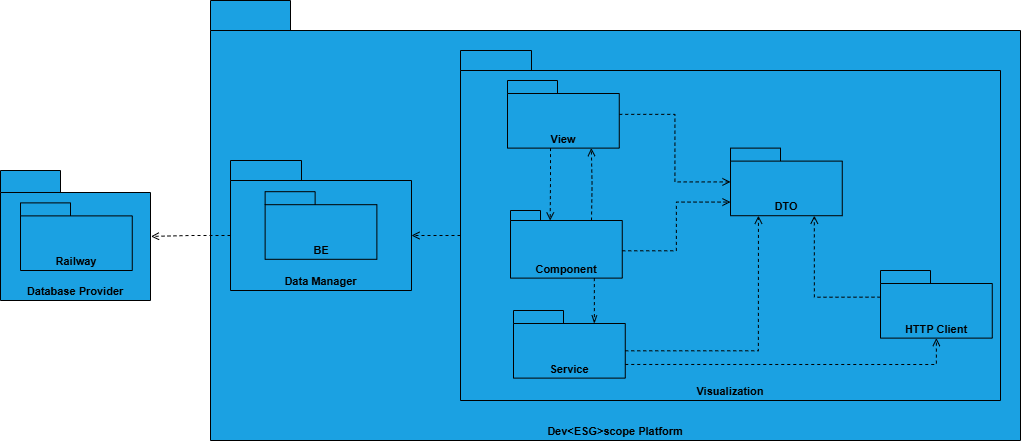
matilde-varela/ISEP-PESTI-Report-2025 keeps this draw.io diagram as frontmatter/assets/diagrams/Development View/Implementation Lv3.drawio.png. Above is the earlier version. Source tidied: cells renumbered, new cells last; positions are measured from the earlier drawing's top-left corner, leaving out a move shared by most shapes. Source of this version:
```xml
<mxGraphModel>
  <root>
    <mxCell id="0" />
    <mxCell id="1" parent="0" />
    <mxCell id="2" value="Dev&amp;lt;ESG&amp;gt;scope Platform" style="shape=folder;fontStyle=1;tabWidth=80;tabHeight=30;tabPosition=left;html=1;boundedLbl=1;whiteSpace=wrap;strokeColor=light-dark(#000000, #51afe7);align=center;verticalAlign=bottom;fontFamily=Helvetica;fontSize=11;fontColor=light-dark(#000000, #121212);fillColor=#1ba1e2;" parent="1" vertex="1">
      <mxGeometry x="210" width="810" height="440" as="geometry" />
    </mxCell>
    <mxCell id="3" value="Database Provider" style="shape=folder;fontStyle=1;tabWidth=60;tabHeight=22;tabPosition=left;html=1;boundedLbl=1;whiteSpace=wrap;strokeColor=light-dark(#000000, #51afe7);align=center;verticalAlign=bottom;fontFamily=Helvetica;fontSize=11;fontColor=#000000;fillColor=#1ba1e2;" parent="1" vertex="1">
      <mxGeometry y="170" width="150" height="130" as="geometry" />
    </mxCell>
    <mxCell id="4" value="&lt;b&gt;Visualization&lt;/b&gt;" style="shape=folder;fontStyle=0;tabWidth=71;tabHeight=20;tabPosition=left;html=1;boundedLbl=1;whiteSpace=wrap;strokeColor=light-dark(#000000, #51afe7);align=center;verticalAlign=bottom;fontFamily=Helvetica;fontSize=11;fontColor=light-dark(#000000, #121212);fillColor=#1ba1e2;" parent="1" vertex="1">
      <mxGeometry x="460" y="50" width="540" height="350" as="geometry" />
    </mxCell>
    <mxCell id="5" style="edgeStyle=orthogonalEdgeStyle;rounded=0;jettySize=auto;html=1;fontFamily=Helvetica;fontSize=11;fontColor=default;fontStyle=0;dashed=1;endArrow=open;endFill=0;" parent="1" edge="1" source="6" target="9">
      <mxGeometry relative="1" as="geometry" />
    </mxCell>
    <mxCell id="6" value="View" style="shape=folder;fontStyle=1;tabWidth=50;tabHeight=13;tabPosition=left;html=1;boundedLbl=1;whiteSpace=wrap;strokeColor=light-dark(#000000, #51afe7);align=center;verticalAlign=bottom;fontFamily=Helvetica;fontSize=11;fontColor=light-dark(#000000, #121212);fillColor=#1ba1e2;" parent="1" vertex="1">
      <mxGeometry x="507" y="80" width="111.8" height="67.6" as="geometry" />
    </mxCell>
    <mxCell id="7" value="Component" style="shape=folder;fontStyle=1;tabWidth=30;tabHeight=10;tabPosition=left;html=1;boundedLbl=1;whiteSpace=wrap;strokeColor=light-dark(#000000, #51afe7);align=center;verticalAlign=bottom;fontFamily=Helvetica;fontSize=11;fontColor=light-dark(#000000, #121212);fillColor=#1ba1e2;" parent="1" vertex="1">
      <mxGeometry x="510" y="210" width="111.8" height="67.6" as="geometry" />
    </mxCell>
    <mxCell id="8" value="Service" style="shape=folder;fontStyle=1;tabWidth=50;tabHeight=13;tabPosition=left;html=1;boundedLbl=1;whiteSpace=wrap;strokeColor=light-dark(#000000, #51afe7);align=center;verticalAlign=bottom;fontFamily=Helvetica;fontSize=11;fontColor=light-dark(#000000, #121212);fillColor=#1ba1e2;" parent="1" vertex="1">
      <mxGeometry x="513" y="310" width="111.8" height="67.6" as="geometry" />
    </mxCell>
    <mxCell id="9" value="DTO" style="shape=folder;fontStyle=1;tabWidth=50;tabHeight=13;tabPosition=left;html=1;boundedLbl=1;whiteSpace=wrap;strokeColor=light-dark(#000000, #51afe7);align=center;verticalAlign=bottom;fontFamily=Helvetica;fontSize=11;fontColor=light-dark(#000000, #121212);fillColor=#1ba1e2;" parent="1" vertex="1">
      <mxGeometry x="730" y="147.6" width="111.8" height="67.6" as="geometry" />
    </mxCell>
    <mxCell id="10" value="HTTP Client" style="shape=folder;fontStyle=1;tabWidth=50;tabHeight=13;tabPosition=left;html=1;boundedLbl=1;whiteSpace=wrap;strokeColor=light-dark(#000000, #51afe7);align=center;verticalAlign=bottom;fontFamily=Helvetica;fontSize=11;fontColor=light-dark(#000000, #121212);fillColor=#1ba1e2;" parent="1" vertex="1">
      <mxGeometry x="880" y="270" width="111.8" height="67.6" as="geometry" />
    </mxCell>
    <mxCell id="11" style="edgeStyle=orthogonalEdgeStyle;rounded=0;jettySize=auto;html=1;exitX=0;exitY=0;exitDx=111.76;exitDy=40.305;exitPerimeter=0;entryX=0;entryY=0;entryDx=0;entryDy=53.957499999999996;entryPerimeter=0;fontFamily=Helvetica;fontSize=11;fontColor=default;fontStyle=0;dashed=1;endArrow=open;endFill=0;" parent="1" edge="1" source="7" target="9">
      <mxGeometry relative="1" as="geometry" />
    </mxCell>
    <mxCell id="12" style="edgeStyle=orthogonalEdgeStyle;rounded=0;jettySize=auto;html=1;entryX=0.355;entryY=0.148;entryDx=0;entryDy=0;entryPerimeter=0;fontFamily=Helvetica;fontSize=11;fontColor=default;fontStyle=0;dashed=1;endArrow=open;endFill=0;" parent="1" edge="1" source="6" target="7">
      <mxGeometry relative="1" as="geometry">
        <Array as="points">
          <mxPoint x="550" y="179" />
          <mxPoint x="550" y="179" />
        </Array>
      </mxGeometry>
    </mxCell>
    <mxCell id="13" style="edgeStyle=orthogonalEdgeStyle;rounded=0;jettySize=auto;html=1;entryX=0.75;entryY=1;entryDx=0;entryDy=0;entryPerimeter=0;fontFamily=Helvetica;fontSize=11;fontColor=default;fontStyle=0;dashed=1;endArrow=open;endFill=0;" parent="1" edge="1" target="6">
      <mxGeometry relative="1" as="geometry">
        <mxPoint x="591" y="220" as="sourcePoint" />
      </mxGeometry>
    </mxCell>
    <mxCell id="14" style="edgeStyle=orthogonalEdgeStyle;rounded=0;jettySize=auto;html=1;exitX=0;exitY=0;exitDx=111.76;exitDy=40.305;exitPerimeter=0;entryX=0.25;entryY=1;entryDx=0;entryDy=0;entryPerimeter=0;fontFamily=Helvetica;fontSize=11;fontColor=default;fontStyle=0;dashed=1;endArrow=open;endFill=0;" parent="1" edge="1" source="8" target="9">
      <mxGeometry relative="1" as="geometry" />
    </mxCell>
    <mxCell id="15" style="edgeStyle=orthogonalEdgeStyle;rounded=0;jettySize=auto;html=1;exitX=0;exitY=0;exitDx=111.76;exitDy=53.957499999999996;exitPerimeter=0;entryX=0.5;entryY=1;entryDx=0;entryDy=0;entryPerimeter=0;fontFamily=Helvetica;fontSize=11;fontColor=default;fontStyle=0;dashed=1;endArrow=open;endFill=0;" parent="1" edge="1" source="8" target="10">
      <mxGeometry relative="1" as="geometry" />
    </mxCell>
    <mxCell id="16" style="edgeStyle=orthogonalEdgeStyle;rounded=0;jettySize=auto;html=1;exitX=0;exitY=0;exitDx=0;exitDy=26.6525;exitPerimeter=0;entryX=0.75;entryY=1;entryDx=0;entryDy=0;entryPerimeter=0;fontFamily=Helvetica;fontSize=11;fontColor=default;fontStyle=0;dashed=1;endArrow=open;endFill=0;" parent="1" edge="1" source="10" target="9">
      <mxGeometry relative="1" as="geometry" />
    </mxCell>
    <mxCell id="17" style="edgeStyle=orthogonalEdgeStyle;rounded=0;jettySize=auto;html=1;exitX=0.75;exitY=1;exitDx=0;exitDy=0;exitPerimeter=0;entryX=0;entryY=0;entryDx=80.88;entryDy=13;entryPerimeter=0;fontFamily=Helvetica;fontSize=11;fontColor=default;fontStyle=0;dashed=1;endArrow=openThin;endFill=0;" parent="1" edge="1" source="7" target="8">
      <mxGeometry relative="1" as="geometry" />
    </mxCell>
    <mxCell id="18" style="group;" parent="1" vertex="1">
      <mxGeometry x="230" y="160" width="181" height="130" as="geometry" />
    </mxCell>
    <mxCell id="19" value="&lt;b&gt;Data Manager&lt;/b&gt;" style="shape=folder;fontStyle=0;tabWidth=71;tabHeight=20;tabPosition=left;html=1;boundedLbl=1;whiteSpace=wrap;strokeColor=light-dark(#000000, #51afe7);align=center;verticalAlign=bottom;fontFamily=Helvetica;fontSize=11;fontColor=#000000;fillColor=#1ba1e2;" parent="18" vertex="1">
      <mxGeometry width="181" height="130" as="geometry" />
    </mxCell>
    <mxCell id="20" value="BE" style="shape=folder;fontStyle=1;tabWidth=50;tabHeight=13;tabPosition=left;html=1;boundedLbl=1;whiteSpace=wrap;strokeColor=light-dark(#000000, #51afe7);align=center;verticalAlign=bottom;fontFamily=Helvetica;fontSize=11;fontColor=#000000;fillColor=#1ba1e2;" parent="18" vertex="1">
      <mxGeometry x="34.6" y="31.2" width="111.8" height="67.6" as="geometry" />
    </mxCell>
    <mxCell id="21" style="edgeStyle=orthogonalEdgeStyle;rounded=0;jettySize=auto;html=1;exitX=0;exitY=0;exitDx=0;exitDy=185;exitPerimeter=0;entryX=0;entryY=0;entryDx=181;entryDy=75;entryPerimeter=0;fontFamily=Helvetica;fontSize=11;fontColor=default;fontStyle=0;endArrow=open;endFill=0;dashed=1;" parent="1" edge="1" source="4" target="19">
      <mxGeometry relative="1" as="geometry" />
    </mxCell>
    <mxCell id="22" value="Railway" style="shape=folder;fontStyle=1;tabWidth=50;tabHeight=13;tabPosition=left;html=1;boundedLbl=1;whiteSpace=wrap;strokeColor=light-dark(#000000, #51afe7);align=center;verticalAlign=bottom;fontFamily=Helvetica;fontSize=11;fontColor=#000000;fillColor=#1ba1e2;" parent="1" vertex="1">
      <mxGeometry x="20" y="202.4" width="111.8" height="67.6" as="geometry" />
    </mxCell>
    <mxCell id="23" style="edgeStyle=orthogonalEdgeStyle;rounded=0;jettySize=auto;html=1;exitX=0;exitY=0;exitDx=0;exitDy=75;exitPerimeter=0;entryX=1.003;entryY=0.507;entryDx=0;entryDy=0;entryPerimeter=0;fontFamily=Helvetica;fontSize=11;fontColor=default;fontStyle=0;dashed=1;endArrow=open;endFill=0;" parent="1" edge="1" source="19" target="3">
      <mxGeometry relative="1" as="geometry" />
    </mxCell>
  </root>
</mxGraphModel>
```
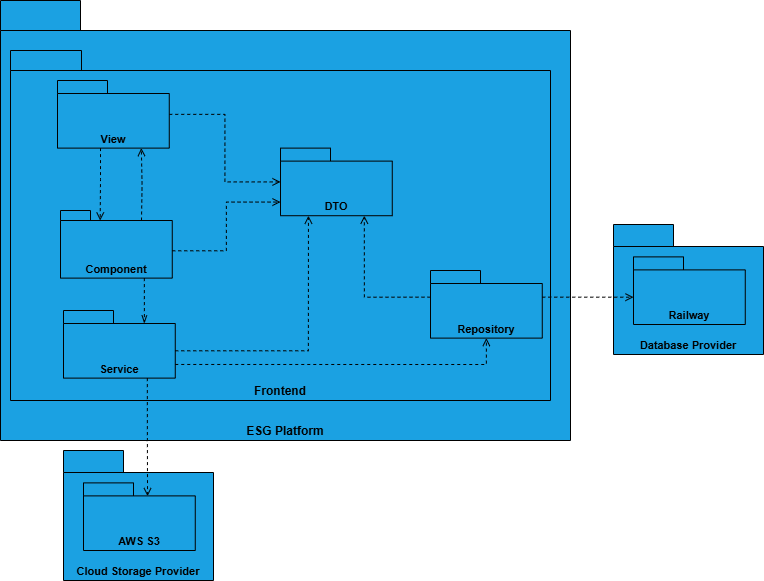
After the change.

The edit, as a diff of the source:
```diff
@@ -2,13 +2,10 @@
   <root>
     <mxCell id="0" />
     <mxCell id="1" parent="0" />
-    <mxCell id="2" value="Dev&amp;lt;ESG&amp;gt;scope Platform" style="shape=folder;fontStyle=1;tabWidth=80;tabHeight=30;tabPosition=left;html=1;boundedLbl=1;whiteSpace=wrap;strokeColor=light-dark(#000000, #51afe7);align=center;verticalAlign=bottom;fontFamily=Helvetica;fontSize=11;fontColor=light-dark(#000000, #121212);fillColor=#1ba1e2;" parent="1" vertex="1">
-      <mxGeometry x="210" width="810" height="440" as="geometry" />
+    <mxCell id="2" value="&lt;b style=&quot;font-size: 12px; text-wrap-mode: nowrap;&quot;&gt;ESG Platform&lt;/b&gt;" style="shape=folder;fontStyle=1;tabWidth=80;tabHeight=30;tabPosition=left;html=1;boundedLbl=1;whiteSpace=wrap;strokeColor=light-dark(#000000, #51afe7);align=center;verticalAlign=bottom;fontFamily=Helvetica;fontSize=11;fontColor=light-dark(#000000, #121212);fillColor=#1ba1e2;" parent="1" vertex="1">
+      <mxGeometry x="450" width="570" height="440" as="geometry" />
     </mxCell>
-    <mxCell id="3" value="Database Provider" style="shape=folder;fontStyle=1;tabWidth=60;tabHeight=22;tabPosition=left;html=1;boundedLbl=1;whiteSpace=wrap;strokeColor=light-dark(#000000, #51afe7);align=center;verticalAlign=bottom;fontFamily=Helvetica;fontSize=11;fontColor=#000000;fillColor=#1ba1e2;" parent="1" vertex="1">
-      <mxGeometry y="170" width="150" height="130" as="geometry" />
-    </mxCell>
-    <mxCell id="4" value="&lt;b&gt;Visualization&lt;/b&gt;" style="shape=folder;fontStyle=0;tabWidth=71;tabHeight=20;tabPosition=left;html=1;boundedLbl=1;whiteSpace=wrap;strokeColor=light-dark(#000000, #51afe7);align=center;verticalAlign=bottom;fontFamily=Helvetica;fontSize=11;fontColor=light-dark(#000000, #121212);fillColor=#1ba1e2;" parent="1" vertex="1">
+    <mxCell id="4" value="&lt;b style=&quot;font-size: 12px;&quot;&gt;Frontend&lt;/b&gt;" style="shape=folder;fontStyle=0;tabWidth=71;tabHeight=20;tabPosition=left;html=1;boundedLbl=1;whiteSpace=wrap;strokeColor=light-dark(#000000, #51afe7);align=center;verticalAlign=bottom;fontFamily=Helvetica;fontSize=11;fontColor=light-dark(#000000, #121212);fillColor=#1ba1e2;" parent="1" vertex="1">
       <mxGeometry x="460" y="50" width="540" height="350" as="geometry" />
     </mxCell>
     <mxCell id="5" style="edgeStyle=orthogonalEdgeStyle;rounded=0;jettySize=auto;html=1;fontFamily=Helvetica;fontSize=11;fontColor=default;fontStyle=0;dashed=1;endArrow=open;endFill=0;" parent="1" edge="1" source="6" target="9">
@@ -26,7 +23,7 @@
     <mxCell id="9" value="DTO" style="shape=folder;fontStyle=1;tabWidth=50;tabHeight=13;tabPosition=left;html=1;boundedLbl=1;whiteSpace=wrap;strokeColor=light-dark(#000000, #51afe7);align=center;verticalAlign=bottom;fontFamily=Helvetica;fontSize=11;fontColor=light-dark(#000000, #121212);fillColor=#1ba1e2;" parent="1" vertex="1">
       <mxGeometry x="730" y="147.6" width="111.8" height="67.6" as="geometry" />
     </mxCell>
-    <mxCell id="10" value="HTTP Client" style="shape=folder;fontStyle=1;tabWidth=50;tabHeight=13;tabPosition=left;html=1;boundedLbl=1;whiteSpace=wrap;strokeColor=light-dark(#000000, #51afe7);align=center;verticalAlign=bottom;fontFamily=Helvetica;fontSize=11;fontColor=light-dark(#000000, #121212);fillColor=#1ba1e2;" parent="1" vertex="1">
+    <mxCell id="10" value="Repository" style="shape=folder;fontStyle=1;tabWidth=50;tabHeight=13;tabPosition=left;html=1;boundedLbl=1;whiteSpace=wrap;strokeColor=light-dark(#000000, #51afe7);align=center;verticalAlign=bottom;fontFamily=Helvetica;fontSize=11;fontColor=light-dark(#000000, #121212);fillColor=#1ba1e2;" parent="1" vertex="1">
       <mxGeometry x="880" y="270" width="111.8" height="67.6" as="geometry" />
     </mxCell>
     <mxCell id="11" style="edgeStyle=orthogonalEdgeStyle;rounded=0;jettySize=auto;html=1;exitX=0;exitY=0;exitDx=111.76;exitDy=40.305;exitPerimeter=0;entryX=0;entryY=0;entryDx=0;entryDy=53.957499999999996;entryPerimeter=0;fontFamily=Helvetica;fontSize=11;fontColor=default;fontStyle=0;dashed=1;endArrow=open;endFill=0;" parent="1" edge="1" source="7" target="9">
@@ -57,23 +54,29 @@
     <mxCell id="17" style="edgeStyle=orthogonalEdgeStyle;rounded=0;jettySize=auto;html=1;exitX=0.75;exitY=1;exitDx=0;exitDy=0;exitPerimeter=0;entryX=0;entryY=0;entryDx=80.88;entryDy=13;entryPerimeter=0;fontFamily=Helvetica;fontSize=11;fontColor=default;fontStyle=0;dashed=1;endArrow=openThin;endFill=0;" parent="1" edge="1" source="7" target="8">
       <mxGeometry relative="1" as="geometry" />
     </mxCell>
-    <mxCell id="18" style="group;" parent="1" vertex="1">
-      <mxGeometry x="230" y="160" width="181" height="130" as="geometry" />
-    </mxCell>
-    <mxCell id="19" value="&lt;b&gt;Data Manager&lt;/b&gt;" style="shape=folder;fontStyle=0;tabWidth=71;tabHeight=20;tabPosition=left;html=1;boundedLbl=1;whiteSpace=wrap;strokeColor=light-dark(#000000, #51afe7);align=center;verticalAlign=bottom;fontFamily=Helvetica;fontSize=11;fontColor=#000000;fillColor=#1ba1e2;" parent="18" vertex="1">
-      <mxGeometry width="181" height="130" as="geometry" />
-    </mxCell>
-    <mxCell id="20" value="BE" style="shape=folder;fontStyle=1;tabWidth=50;tabHeight=13;tabPosition=left;html=1;boundedLbl=1;whiteSpace=wrap;strokeColor=light-dark(#000000, #51afe7);align=center;verticalAlign=bottom;fontFamily=Helvetica;fontSize=11;fontColor=#000000;fillColor=#1ba1e2;" parent="18" vertex="1">
-      <mxGeometry x="34.6" y="31.2" width="111.8" height="67.6" as="geometry" />
-    </mxCell>
-    <mxCell id="21" style="edgeStyle=orthogonalEdgeStyle;rounded=0;jettySize=auto;html=1;exitX=0;exitY=0;exitDx=0;exitDy=185;exitPerimeter=0;entryX=0;entryY=0;entryDx=181;entryDy=75;entryPerimeter=0;fontFamily=Helvetica;fontSize=11;fontColor=default;fontStyle=0;endArrow=open;endFill=0;dashed=1;" parent="1" edge="1" source="4" target="19">
-      <mxGeometry relative="1" as="geometry" />
-    </mxCell>
+    <mxCell id="24" style="group;" parent="1" vertex="1">
+      <mxGeometry x="1063" y="224" width="150" height="130" as="geometry" />
+    </mxCell>
+    <mxCell id="3" value="Database Provider" style="shape=folder;fontStyle=1;tabWidth=60;tabHeight=22;tabPosition=left;html=1;boundedLbl=1;whiteSpace=wrap;strokeColor=light-dark(#000000, #51afe7);align=center;verticalAlign=bottom;fontFamily=Helvetica;fontSize=11;fontColor=#000000;fillColor=#1ba1e2;" parent="24" vertex="1">
+      <mxGeometry width="150" height="130" as="geometry" />
+    </mxCell>
-    <mxCell id="22" value="Railway" style="shape=folder;fontStyle=1;tabWidth=50;tabHeight=13;tabPosition=left;html=1;boundedLbl=1;whiteSpace=wrap;strokeColor=light-dark(#000000, #51afe7);align=center;verticalAlign=bottom;fontFamily=Helvetica;fontSize=11;fontColor=#000000;fillColor=#1ba1e2;" parent="1" vertex="1">
-      <mxGeometry x="20" y="202.4" width="111.8" height="67.6" as="geometry" />
+    <mxCell id="22" value="Railway" style="shape=folder;fontStyle=1;tabWidth=50;tabHeight=13;tabPosition=left;html=1;boundedLbl=1;whiteSpace=wrap;strokeColor=light-dark(#000000, #51afe7);align=center;verticalAlign=bottom;fontFamily=Helvetica;fontSize=11;fontColor=#000000;fillColor=#1ba1e2;" parent="24" vertex="1">
+      <mxGeometry x="20" y="32.4" width="111.8" height="67.6" as="geometry" />
     </mxCell>
-    <mxCell id="23" style="edgeStyle=orthogonalEdgeStyle;rounded=0;jettySize=auto;html=1;exitX=0;exitY=0;exitDx=0;exitDy=75;exitPerimeter=0;entryX=1.003;entryY=0.507;entryDx=0;entryDy=0;entryPerimeter=0;fontFamily=Helvetica;fontSize=11;fontColor=default;fontStyle=0;dashed=1;endArrow=open;endFill=0;" parent="1" edge="1" source="19" target="3">
-      <mxGeometry relative="1" as="geometry" />
-    </mxCell>
+    <mxCell id="25" style="group;" parent="1" vertex="1">
+      <mxGeometry x="513" y="450" width="150" height="130" as="geometry" />
+    </mxCell>
+    <mxCell id="26" value="Cloud Storage Provider" style="shape=folder;fontStyle=1;tabWidth=60;tabHeight=22;tabPosition=left;html=1;boundedLbl=1;whiteSpace=wrap;strokeColor=light-dark(#000000, #51afe7);align=center;verticalAlign=bottom;fontFamily=Helvetica;fontSize=11;fontColor=#000000;fillColor=#1ba1e2;" parent="25" vertex="1">
+      <mxGeometry width="150" height="130" as="geometry" />
+    </mxCell>
+    <mxCell id="27" value="AWS S3" style="shape=folder;fontStyle=1;tabWidth=50;tabHeight=13;tabPosition=left;html=1;boundedLbl=1;whiteSpace=wrap;strokeColor=light-dark(#000000, #51afe7);align=center;verticalAlign=bottom;fontFamily=Helvetica;fontSize=11;fontColor=#000000;fillColor=#1ba1e2;" parent="25" vertex="1">
+      <mxGeometry x="20" y="32.4" width="111.8" height="67.6" as="geometry" />
+    </mxCell>
+    <mxCell id="28" style="edgeStyle=orthogonalEdgeStyle;rounded=0;jettySize=auto;html=1;exitX=0;exitY=0;exitDx=111.76;exitDy=26.6525;exitPerimeter=0;fontFamily=Helvetica;fontSize=11;fontColor=default;fontStyle=0;dashed=1;endArrow=open;endFill=0;entryX=0;entryY=0;entryDx=0;entryDy=40.305;entryPerimeter=0;" parent="1" edge="1" source="10" target="22">
+      <mxGeometry relative="1" as="geometry" />
+    </mxCell>
+    <mxCell id="29" style="edgeStyle=orthogonalEdgeStyle;rounded=0;jettySize=auto;html=1;exitX=0.75;exitY=1;exitDx=0;exitDy=0;exitPerimeter=0;fontFamily=Helvetica;fontSize=11;fontColor=default;fontStyle=0;dashed=1;endArrow=open;endFill=0;entryX=0.573;entryY=0.196;entryDx=0;entryDy=0;entryPerimeter=0;" parent="1" edge="1" source="8" target="27">
+      <mxGeometry relative="1" as="geometry" />
+    </mxCell>
   </root>
 </mxGraphModel>
```
